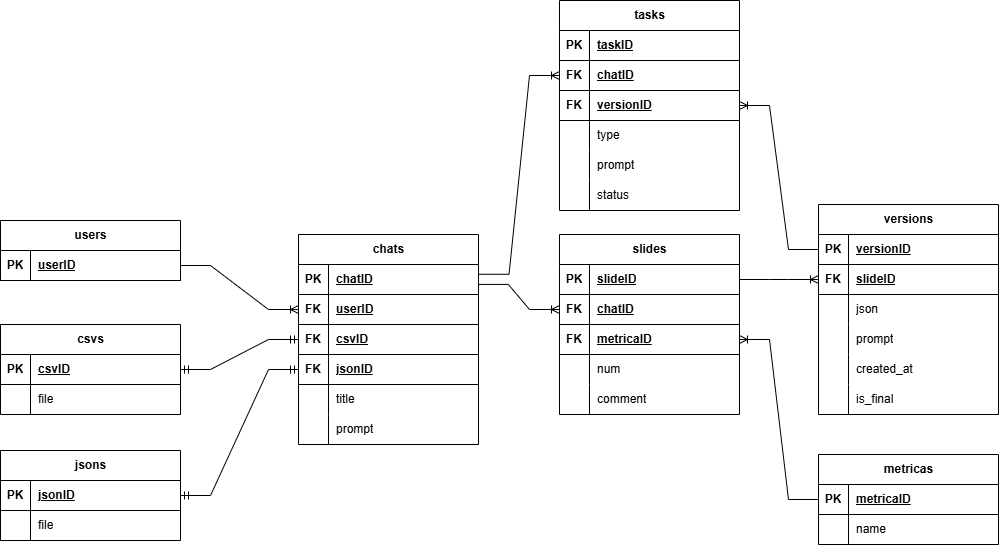
Above: Database Content/schemas/db_schema.png in Sber-Kiwi/Presentation-generation (draw.io), before the change. Source tidied: cells renumbered, new cells last; positions are measured from the earlier drawing's top-left corner, leaving out a move shared by most shapes.
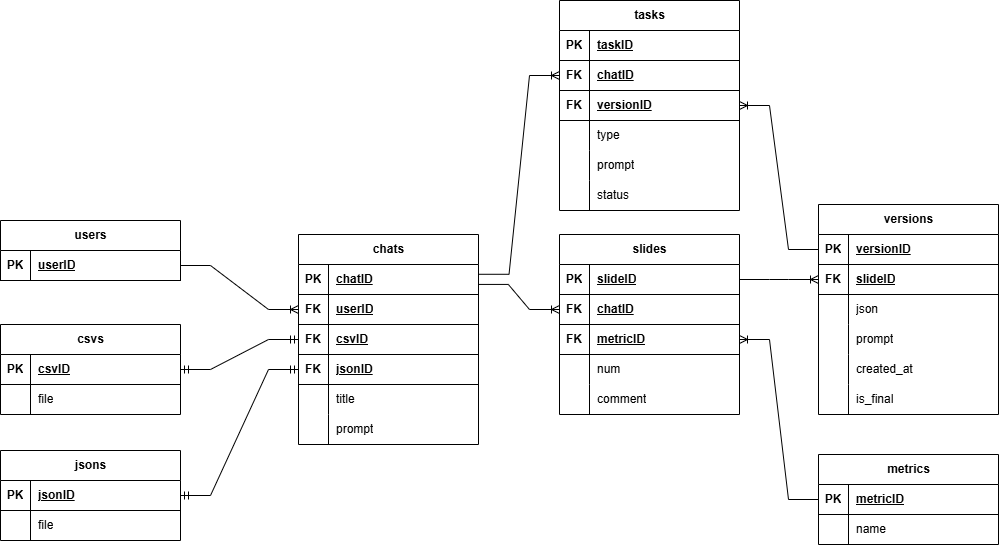
The same diagram one commit later.

Diff of the diagram source:
```diff
@@ -158,7 +158,7 @@
     <mxCell id="53" value="FK" style="shape=partialRectangle;fillColor=none;top=0;left=0;bottom=0;right=0;fontStyle=1;overflow=hidden;whiteSpace=wrap;html=1;" parent="52" vertex="1">
       <mxGeometry width="30" height="30" as="geometry" />
     </mxCell>
-    <mxCell id="54" value="metricaID" style="shape=partialRectangle;fillColor=none;top=0;left=0;bottom=0;right=0;align=left;spacingLeft=6;fontStyle=5;overflow=hidden;whiteSpace=wrap;html=1;" parent="52" vertex="1">
+    <mxCell id="54" value="metricID" style="shape=partialRectangle;fillColor=none;top=0;left=0;bottom=0;right=0;align=left;spacingLeft=6;fontStyle=5;overflow=hidden;whiteSpace=wrap;html=1;" parent="52" vertex="1">
       <mxGeometry x="30" width="150" height="30" as="geometry" />
     </mxCell>
     <mxCell id="55" style="shape=tableRow;horizontal=0;startSize=0;swimlaneHead=0;swimlaneBody=0;fillColor=none;top=0;left=0;right=0;bottom=0;" parent="45" vertex="1">
@@ -245,7 +245,7 @@
     <mxCell id="82" style="edgeStyle=entityRelationEdgeStyle;fontSize=12;html=1;endArrow=ERoneToMany;rounded=0;entryX=1;entryY=0.5;entryDx=0;entryDy=0;exitX=0;exitY=0.5;exitDx=0;exitDy=0;" parent="1" edge="1" source="22" target="69">
       <mxGeometry relative="1" as="geometry" />
     </mxCell>
-    <mxCell id="83" value="metricas" style="shape=table;startSize=30;rowLines=0;fontStyle=1;align=center;html=1;" parent="1" vertex="1">
+    <mxCell id="83" value="metrics" style="shape=table;startSize=30;rowLines=0;fontStyle=1;align=center;html=1;" parent="1" vertex="1">
       <mxGeometry x="818" y="454" width="180" height="90" as="geometry" />
     </mxCell>
     <mxCell id="84" style="shape=tableRow;horizontal=0;startSize=0;swimlaneHead=0;swimlaneBody=0;fillColor=none;points=[[0,0.5],[1,0.5]];portConstraint=eastwest;top=0;left=0;right=0;bottom=1;" parent="83" vertex="1">
@@ -254,7 +254,7 @@
     <mxCell id="85" value="PK" style="shape=partialRectangle;fillColor=none;top=0;left=0;bottom=0;right=0;fontStyle=1;overflow=hidden;whiteSpace=wrap;html=1;" parent="84" vertex="1">
       <mxGeometry width="30" height="30" as="geometry" />
     </mxCell>
-    <mxCell id="86" value="metricaID" style="shape=partialRectangle;fillColor=none;top=0;left=0;bottom=0;right=0;align=left;spacingLeft=6;fontStyle=5;overflow=hidden;whiteSpace=wrap;html=1;" parent="84" vertex="1">
+    <mxCell id="86" value="metricID" style="shape=partialRectangle;fillColor=none;top=0;left=0;bottom=0;right=0;align=left;spacingLeft=6;fontStyle=5;overflow=hidden;whiteSpace=wrap;html=1;" parent="84" vertex="1">
       <mxGeometry x="30" width="150" height="30" as="geometry" />
     </mxCell>
     <mxCell id="87" style="shape=tableRow;horizontal=0;startSize=0;swimlaneHead=0;swimlaneBody=0;fillColor=none;top=0;left=0;right=0;bottom=0;" parent="83" vertex="1">
```
